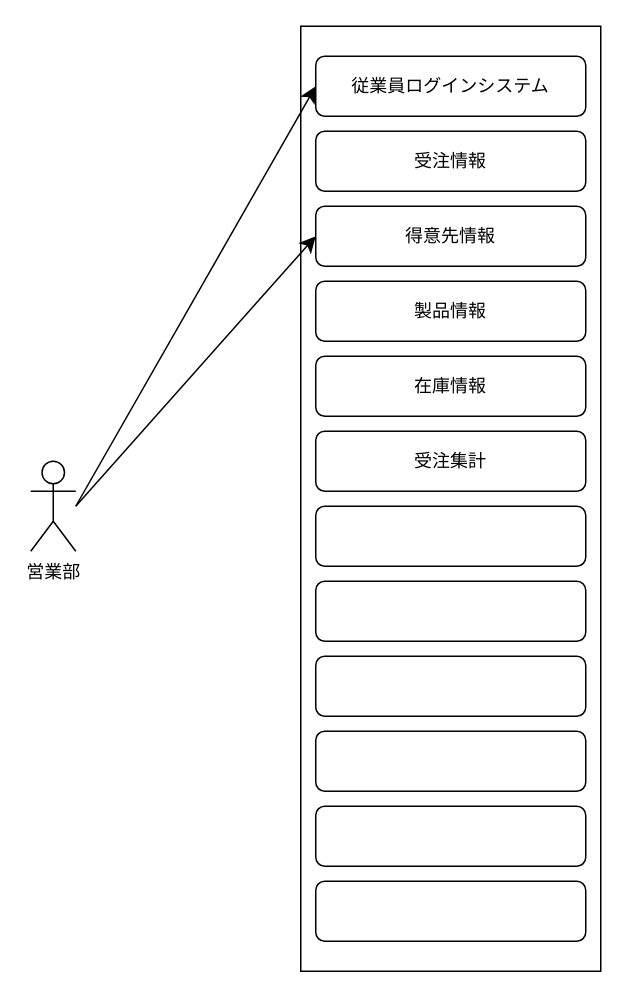
This is page "営業部UC" (3 of 7) of draw.io/details.drawio from kmjak/Django-Production-Task, a draw.io file, before an edit. Source tidied: cells renumbered, new cells numbered last; positions are measured from the earlier drawing's top-left corner, leaving out a move shared by most shapes. Both pictures are drawn from the tidied source at 150%, with x=0, y=0 at pixel (30, 26).
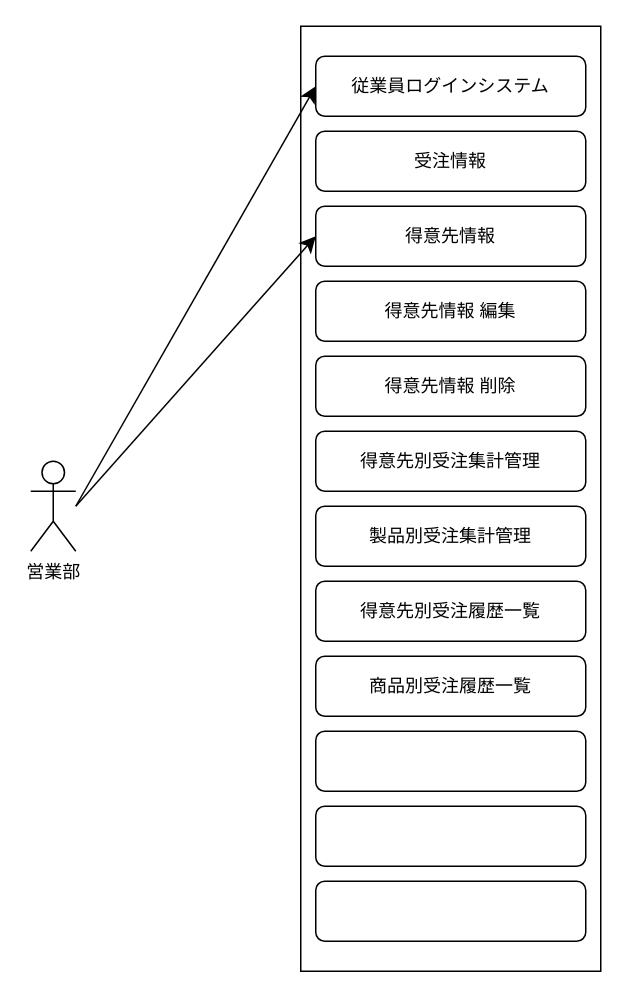
The same diagram, later.

The edit, as a diff of the source:
```diff
@@
 <mxGraphModel>
   <root>
     <mxCell id="0" />
     <mxCell id="1" parent="0" />
     <mxCell id="2" value="営業部" style="shape=umlActor;verticalLabelPosition=bottom;verticalAlign=top;html=1;" parent="1" vertex="1">
       <mxGeometry y="290" width="30" height="60" as="geometry" />
     </mxCell>
     <mxCell id="3" style="rounded=0;whiteSpace=wrap;html=1;" parent="1" vertex="1">
       <mxGeometry x="180" width="200" height="630" as="geometry" />
     </mxCell>
     <mxCell id="4" value="従業員ログインシステム" style="rounded=1;whiteSpace=wrap;html=1;" parent="1" vertex="1">
       <mxGeometry x="190" y="20" width="180" height="40" as="geometry" />
     </mxCell>
     <mxCell id="5" style="endArrow=classic;html=1;rounded=0;fontSize=12;startSize=8;endSize=8;curved=1;entryX=0;entryY=0.5;entryDx=0;entryDy=0;" parent="1" edge="1">
       <mxGeometry relative="1" as="geometry">
         <mxPoint x="30" y="320" as="sourcePoint" />
         <mxPoint x="190" y="40" as="targetPoint" />
       </mxGeometry>
     </mxCell>
     <mxCell id="6" value="受注情報" style="rounded=1;whiteSpace=wrap;html=1;" parent="1" vertex="1">
       <mxGeometry x="190" y="70" width="180" height="40" as="geometry" />
     </mxCell>
     <mxCell id="7" value="得意先情報" style="rounded=1;whiteSpace=wrap;html=1;" parent="1" vertex="1">
       <mxGeometry x="190" y="120" width="180" height="40" as="geometry" />
     </mxCell>
-    <mxCell id="8" value="製品情報" style="rounded=1;whiteSpace=wrap;html=1;" parent="1" vertex="1">
+    <mxCell id="8" value="得意先情報 編集" style="rounded=1;whiteSpace=wrap;html=1;" parent="1" vertex="1">
       <mxGeometry x="190" y="170" width="180" height="40" as="geometry" />
     </mxCell>
-    <mxCell id="9" value="在庫情報" style="rounded=1;whiteSpace=wrap;html=1;" parent="1" vertex="1">
+    <mxCell id="9" value="得意先情報 削除" style="rounded=1;whiteSpace=wrap;html=1;" parent="1" vertex="1">
       <mxGeometry x="190" y="220" width="180" height="40" as="geometry" />
     </mxCell>
-    <mxCell id="10" style="rounded=1;whiteSpace=wrap;html=1;" parent="1" vertex="1">
+    <mxCell id="10" value="製品別受注集計管理" style="rounded=1;whiteSpace=wrap;html=1;" parent="1" vertex="1">
       <mxGeometry x="190" y="320" width="180" height="40" as="geometry" />
     </mxCell>
-    <mxCell id="11" value="受注集計" style="rounded=1;whiteSpace=wrap;html=1;" parent="1" vertex="1">
+    <mxCell id="11" value="得意先別受注集計管理" style="rounded=1;whiteSpace=wrap;html=1;" parent="1" vertex="1">
       <mxGeometry x="190" y="270" width="180" height="40" as="geometry" />
     </mxCell>
-    <mxCell id="12" style="rounded=1;whiteSpace=wrap;html=1;" parent="1" vertex="1">
+    <mxCell id="12" value="得意先別受注履歴一覧" style="rounded=1;whiteSpace=wrap;html=1;" parent="1" vertex="1">
       <mxGeometry x="190" y="370" width="180" height="40" as="geometry" />
     </mxCell>
-    <mxCell id="13" style="rounded=1;whiteSpace=wrap;html=1;" parent="1" vertex="1">
+    <mxCell id="13" value="商品別受注履歴一覧" style="rounded=1;whiteSpace=wrap;html=1;" parent="1" vertex="1">
       <mxGeometry x="190" y="420" width="180" height="40" as="geometry" />
     </mxCell>
     <mxCell id="14" style="rounded=1;whiteSpace=wrap;html=1;" parent="1" vertex="1">
       <mxGeometry x="190" y="470" width="180" height="40" as="geometry" />
     </mxCell>
     <mxCell id="15" style="rounded=1;whiteSpace=wrap;html=1;" parent="1" vertex="1">
       <mxGeometry x="190" y="520" width="180" height="40" as="geometry" />
     </mxCell>
     <mxCell id="16" style="rounded=1;whiteSpace=wrap;html=1;" parent="1" vertex="1">
       <mxGeometry x="190" y="570" width="180" height="40" as="geometry" />
     </mxCell>
     <mxCell id="17" style="endArrow=classic;html=1;rounded=0;fontSize=12;startSize=8;endSize=8;curved=1;entryX=0;entryY=0.5;entryDx=0;entryDy=0;" parent="1" edge="1" target="7">
       <mxGeometry relative="1" as="geometry">
         <mxPoint x="30" y="320" as="sourcePoint" />
       </mxGeometry>
     </mxCell>
   </root>
 </mxGraphModel>
```
